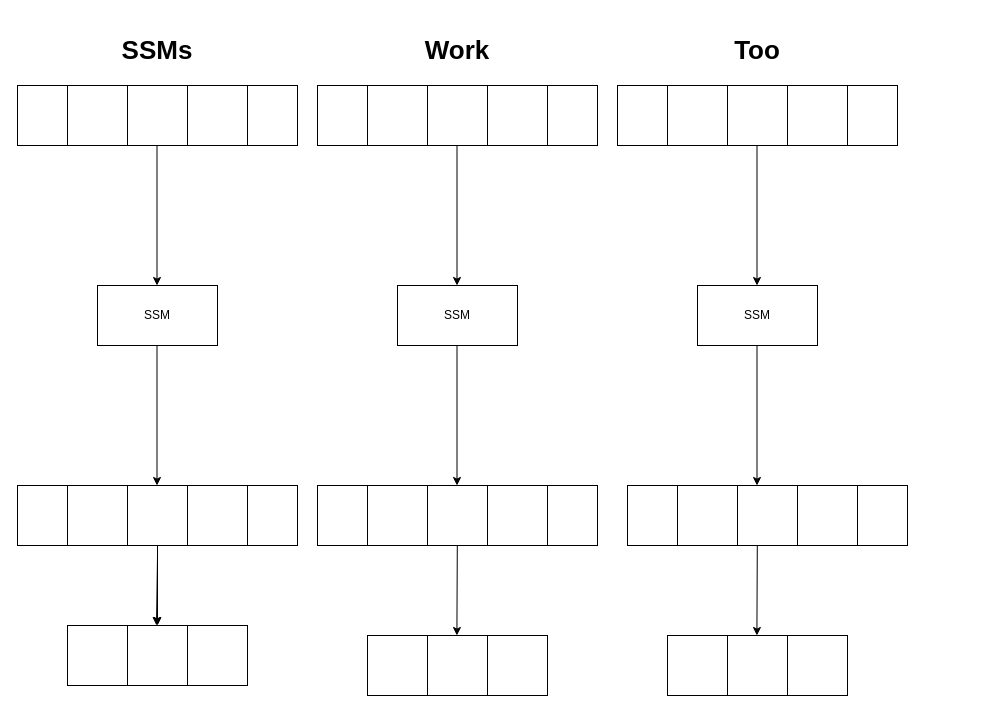
JaynouOliver/nlptelco keeps this draw.io diagram as Untitled Diagram.drawio. Above is the earlier version. Source tidied: cells renumbered, new cells numbered last; positions are measured from the earlier drawing's top-left corner, leaving out a move shared by most shapes. Both pictures are drawn from the tidied source at 100%, with x=0, y=0 at pixel (17, 35).
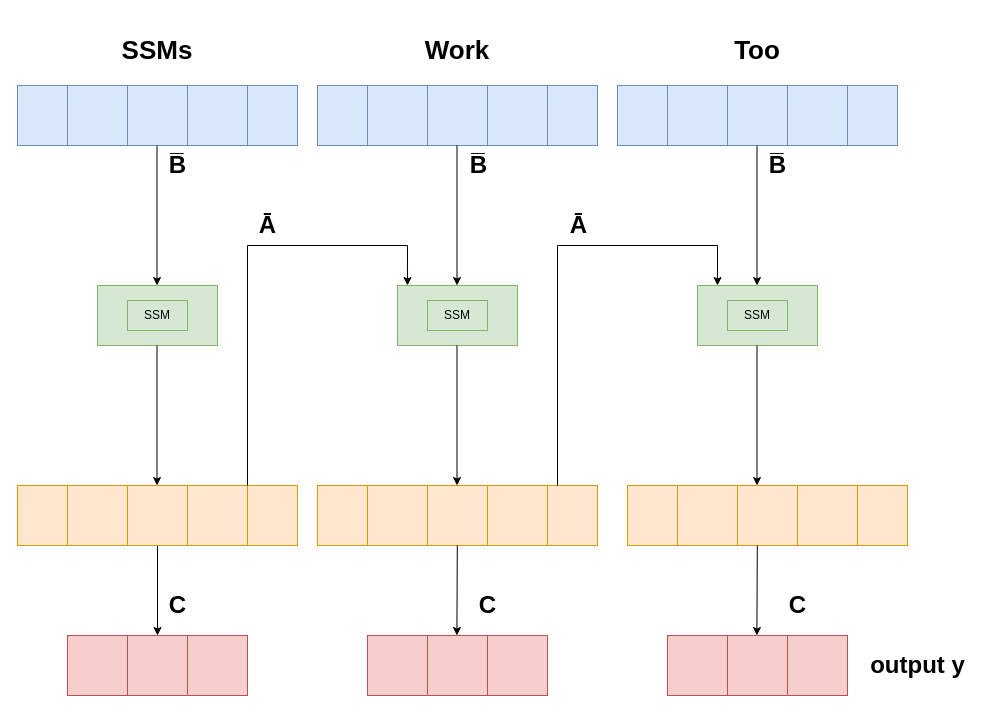
After the change.

Change to the diagram source:
```diff
@@
-    <mxCell id="2" style="rounded=0;whiteSpace=wrap;html=1;" parent="1" vertex="1">
+    <mxCell id="2" style="rounded=0;whiteSpace=wrap;html=1;fillColor=#dae8fc;strokeColor=#6c8ebf;" parent="1" vertex="1">
       <mxGeometry y="50" width="280" height="60" as="geometry" />
     </mxCell>
-    <mxCell id="3" style="rounded=0;whiteSpace=wrap;html=1;" parent="1" vertex="1">
+    <mxCell id="3" style="rounded=0;whiteSpace=wrap;html=1;fillColor=#dae8fc;strokeColor=#6c8ebf;" parent="1" vertex="1">
       <mxGeometry x="50" y="50" width="60" height="60" as="geometry" />
     </mxCell>
-    <mxCell id="4" style="rounded=0;whiteSpace=wrap;html=1;" parent="1" vertex="1">
+    <mxCell id="4" style="rounded=0;whiteSpace=wrap;html=1;fillColor=#dae8fc;strokeColor=#6c8ebf;" parent="1" vertex="1">
       <mxGeometry x="110" y="50" width="60" height="60" as="geometry" />
     </mxCell>
-    <mxCell id="5" style="rounded=0;whiteSpace=wrap;html=1;" parent="1" vertex="1">
+    <mxCell id="5" style="rounded=0;whiteSpace=wrap;html=1;fillColor=#dae8fc;strokeColor=#6c8ebf;" parent="1" vertex="1">
       <mxGeometry x="170" y="50" width="60" height="60" as="geometry" />
     </mxCell>
-    <mxCell id="6" style="rounded=0;whiteSpace=wrap;html=1;" parent="1" vertex="1">
+    <mxCell id="6" style="rounded=0;whiteSpace=wrap;html=1;fillColor=#dae8fc;strokeColor=#6c8ebf;" parent="1" vertex="1">
       <mxGeometry x="300" y="50" width="280" height="60" as="geometry" />
     </mxCell>
-    <mxCell id="7" style="rounded=0;whiteSpace=wrap;html=1;" parent="1" vertex="1">
+    <mxCell id="7" style="rounded=0;whiteSpace=wrap;html=1;fillColor=#dae8fc;strokeColor=#6c8ebf;" parent="1" vertex="1">
       <mxGeometry x="350" y="50" width="60" height="60" as="geometry" />
     </mxCell>
-    <mxCell id="8" style="rounded=0;whiteSpace=wrap;html=1;" parent="1" vertex="1">
+    <mxCell id="8" style="rounded=0;whiteSpace=wrap;html=1;fillColor=#dae8fc;strokeColor=#6c8ebf;" parent="1" vertex="1">
       <mxGeometry x="410" y="50" width="60" height="60" as="geometry" />
     </mxCell>
-    <mxCell id="9" style="rounded=0;whiteSpace=wrap;html=1;" parent="1" vertex="1">
+    <mxCell id="9" style="rounded=0;whiteSpace=wrap;html=1;fillColor=#dae8fc;strokeColor=#6c8ebf;" parent="1" vertex="1">
       <mxGeometry x="470" y="50" width="60" height="60" as="geometry" />
     </mxCell>
-    <mxCell id="10" style="rounded=0;whiteSpace=wrap;html=1;" parent="1" vertex="1">
+    <mxCell id="10" style="rounded=0;whiteSpace=wrap;html=1;fillColor=#dae8fc;strokeColor=#6c8ebf;" parent="1" vertex="1">
       <mxGeometry x="600" y="50" width="280" height="60" as="geometry" />
     </mxCell>
-    <mxCell id="11" style="rounded=0;whiteSpace=wrap;html=1;" parent="1" vertex="1">
+    <mxCell id="11" style="rounded=0;whiteSpace=wrap;html=1;fillColor=#dae8fc;strokeColor=#6c8ebf;" parent="1" vertex="1">
       <mxGeometry x="650" y="50" width="60" height="60" as="geometry" />
     </mxCell>
-    <mxCell id="12" style="rounded=0;whiteSpace=wrap;html=1;" parent="1" vertex="1">
+    <mxCell id="12" style="rounded=0;whiteSpace=wrap;html=1;fillColor=#dae8fc;strokeColor=#6c8ebf;" parent="1" vertex="1">
       <mxGeometry x="710" y="50" width="60" height="60" as="geometry" />
     </mxCell>
-    <mxCell id="13" style="rounded=0;whiteSpace=wrap;html=1;" parent="1" vertex="1">
+    <mxCell id="13" style="rounded=0;whiteSpace=wrap;html=1;fillColor=#dae8fc;strokeColor=#6c8ebf;" parent="1" vertex="1">
       <mxGeometry x="770" y="50" width="60" height="60" as="geometry" />
     </mxCell>
@@
-    <mxCell id="17" style="rounded=0;whiteSpace=wrap;html=1;" parent="1" vertex="1">
+    <mxCell id="17" style="rounded=0;whiteSpace=wrap;html=1;fillColor=#d5e8d4;strokeColor=#82b366;" parent="1" vertex="1">
       <mxGeometry x="80" y="250" width="120" height="60" as="geometry" />
     </mxCell>
-    <mxCell id="18" value="SSM" style="text;html=1;align=center;verticalAlign=middle;whiteSpace=wrap;rounded=0;" parent="1" vertex="1">
+    <mxCell id="18" value="SSM" style="text;html=1;align=center;verticalAlign=middle;whiteSpace=wrap;rounded=0;fillColor=#d5e8d4;strokeColor=#82b366;" parent="1" vertex="1">
       <mxGeometry x="110" y="265" width="60" height="30" as="geometry" />
     </mxCell>
-    <mxCell id="19" style="rounded=0;whiteSpace=wrap;html=1;" parent="1" vertex="1">
+    <mxCell id="19" style="rounded=0;whiteSpace=wrap;html=1;fillColor=#d5e8d4;strokeColor=#82b366;" parent="1" vertex="1">
       <mxGeometry x="380" y="250" width="120" height="60" as="geometry" />
     </mxCell>
-    <mxCell id="20" value="SSM" style="text;html=1;align=center;verticalAlign=middle;whiteSpace=wrap;rounded=0;" parent="1" vertex="1">
+    <mxCell id="20" value="SSM" style="text;html=1;align=center;verticalAlign=middle;whiteSpace=wrap;rounded=0;fillColor=#d5e8d4;strokeColor=#82b366;" parent="1" vertex="1">
       <mxGeometry x="410" y="265" width="60" height="30" as="geometry" />
     </mxCell>
-    <mxCell id="21" style="rounded=0;whiteSpace=wrap;html=1;" parent="1" vertex="1">
+    <mxCell id="21" style="rounded=0;whiteSpace=wrap;html=1;fillColor=#d5e8d4;strokeColor=#82b366;" parent="1" vertex="1">
       <mxGeometry x="680" y="250" width="120" height="60" as="geometry" />
     </mxCell>
-    <mxCell id="22" value="SSM" style="text;html=1;align=center;verticalAlign=middle;whiteSpace=wrap;rounded=0;" parent="1" vertex="1">
+    <mxCell id="22" value="SSM" style="text;html=1;align=center;verticalAlign=middle;whiteSpace=wrap;rounded=0;fillColor=#d5e8d4;strokeColor=#82b366;" parent="1" vertex="1">
       <mxGeometry x="710" y="265" width="60" height="30" as="geometry" />
     </mxCell>
@@
-    <mxCell id="26" style="rounded=0;whiteSpace=wrap;html=1;" parent="1" vertex="1">
+    <mxCell id="26" style="rounded=0;whiteSpace=wrap;html=1;fillColor=#ffe6cc;strokeColor=#d79b00;" parent="1" vertex="1">
       <mxGeometry y="450" width="280" height="60" as="geometry" />
     </mxCell>
-    <mxCell id="27" style="rounded=0;whiteSpace=wrap;html=1;" parent="1" vertex="1">
+    <mxCell id="27" style="rounded=0;whiteSpace=wrap;html=1;fillColor=#ffe6cc;strokeColor=#d79b00;" parent="1" vertex="1">
       <mxGeometry x="50" y="450" width="60" height="60" as="geometry" />
     </mxCell>
@@
-    <mxCell id="29" style="rounded=0;whiteSpace=wrap;html=1;" parent="1" vertex="1">
+    <mxCell id="29" style="rounded=0;whiteSpace=wrap;html=1;fillColor=#ffe6cc;strokeColor=#d79b00;" parent="1" vertex="1">
       <mxGeometry x="110" y="450" width="60" height="60" as="geometry" />
     </mxCell>
-    <mxCell id="30" style="rounded=0;whiteSpace=wrap;html=1;" parent="1" vertex="1">
+    <mxCell id="30" style="rounded=0;whiteSpace=wrap;html=1;fillColor=#ffe6cc;strokeColor=#d79b00;" parent="1" vertex="1">
       <mxGeometry x="170" y="450" width="60" height="60" as="geometry" />
     </mxCell>
-    <mxCell id="31" style="rounded=0;whiteSpace=wrap;html=1;" parent="1" vertex="1">
+    <mxCell id="31" style="rounded=0;whiteSpace=wrap;html=1;fillColor=#ffe6cc;strokeColor=#d79b00;" parent="1" vertex="1">
       <mxGeometry x="300" y="450" width="280" height="60" as="geometry" />
     </mxCell>
-    <mxCell id="32" style="rounded=0;whiteSpace=wrap;html=1;" parent="1" vertex="1">
+    <mxCell id="32" style="rounded=0;whiteSpace=wrap;html=1;fillColor=#ffe6cc;strokeColor=#d79b00;" parent="1" vertex="1">
       <mxGeometry x="350" y="450" width="60" height="60" as="geometry" />
     </mxCell>
-    <mxCell id="33" style="rounded=0;whiteSpace=wrap;html=1;" parent="1" vertex="1">
+    <mxCell id="33" style="rounded=0;whiteSpace=wrap;html=1;fillColor=#ffe6cc;strokeColor=#d79b00;" parent="1" vertex="1">
       <mxGeometry x="410" y="450" width="60" height="60" as="geometry" />
     </mxCell>
-    <mxCell id="34" style="rounded=0;whiteSpace=wrap;html=1;" parent="1" vertex="1">
+    <mxCell id="34" style="rounded=0;whiteSpace=wrap;html=1;fillColor=#ffe6cc;strokeColor=#d79b00;" parent="1" vertex="1">
       <mxGeometry x="470" y="450" width="60" height="60" as="geometry" />
     </mxCell>
-    <mxCell id="35" style="rounded=0;whiteSpace=wrap;html=1;" parent="1" vertex="1">
+    <mxCell id="35" style="rounded=0;whiteSpace=wrap;html=1;fillColor=#ffe6cc;strokeColor=#d79b00;" parent="1" vertex="1">
       <mxGeometry x="610" y="450" width="280" height="60" as="geometry" />
     </mxCell>
-    <mxCell id="36" style="rounded=0;whiteSpace=wrap;html=1;" parent="1" vertex="1">
+    <mxCell id="36" style="rounded=0;whiteSpace=wrap;html=1;fillColor=#ffe6cc;strokeColor=#d79b00;" parent="1" vertex="1">
       <mxGeometry x="660" y="450" width="60" height="60" as="geometry" />
     </mxCell>
-    <mxCell id="37" style="rounded=0;whiteSpace=wrap;html=1;" parent="1" vertex="1">
+    <mxCell id="37" style="rounded=0;whiteSpace=wrap;html=1;fillColor=#ffe6cc;strokeColor=#d79b00;" parent="1" vertex="1">
       <mxGeometry x="720" y="450" width="60" height="60" as="geometry" />
     </mxCell>
-    <mxCell id="38" style="rounded=0;whiteSpace=wrap;html=1;" parent="1" vertex="1">
+    <mxCell id="38" style="rounded=0;whiteSpace=wrap;html=1;fillColor=#ffe6cc;strokeColor=#d79b00;" parent="1" vertex="1">
       <mxGeometry x="780" y="450" width="60" height="60" as="geometry" />
     </mxCell>
-    <mxCell id="39" style="endArrow=classic;html=1;rounded=0;" parent="1" edge="1">
-      <mxGeometry relative="1" as="geometry">
-        <mxPoint x="140" y="520" as="sourcePoint" />
-        <mxPoint x="139" y="590" as="targetPoint" />
-      </mxGeometry>
-    </mxCell>
@@
-    <mxCell id="42" style="rounded=0;whiteSpace=wrap;html=1;" parent="1" vertex="1">
-      <mxGeometry x="50" y="590" width="180" height="60" as="geometry" />
+    <mxCell id="42" style="rounded=0;whiteSpace=wrap;html=1;fillColor=#f8cecc;strokeColor=#b85450;" parent="1" vertex="1">
+      <mxGeometry x="50" y="600" width="180" height="60" as="geometry" />
     </mxCell>
-    <mxCell id="43" style="rounded=0;whiteSpace=wrap;html=1;" parent="1" vertex="1">
-      <mxGeometry x="110" y="590" width="120" height="60" as="geometry" />
+    <mxCell id="43" style="rounded=0;whiteSpace=wrap;html=1;fillColor=#f8cecc;strokeColor=#b85450;" parent="1" vertex="1">
+      <mxGeometry x="110" y="600" width="120" height="60" as="geometry" />
     </mxCell>
-    <mxCell id="44" style="rounded=0;whiteSpace=wrap;html=1;" parent="1" vertex="1">
-      <mxGeometry x="110" y="590" width="60" height="60" as="geometry" />
+    <mxCell id="44" style="rounded=0;whiteSpace=wrap;html=1;fillColor=#f8cecc;strokeColor=#b85450;" parent="1" vertex="1">
+      <mxGeometry x="110" y="600" width="60" height="60" as="geometry" />
     </mxCell>
-    <mxCell id="45" style="rounded=0;whiteSpace=wrap;html=1;" parent="1" vertex="1">
+    <mxCell id="45" style="rounded=0;whiteSpace=wrap;html=1;fillColor=#f8cecc;strokeColor=#b85450;" parent="1" vertex="1">
       <mxGeometry x="350" y="600" width="180" height="60" as="geometry" />
     </mxCell>
-    <mxCell id="46" style="rounded=0;whiteSpace=wrap;html=1;" parent="1" vertex="1">
+    <mxCell id="46" style="rounded=0;whiteSpace=wrap;html=1;fillColor=#f8cecc;strokeColor=#b85450;" parent="1" vertex="1">
       <mxGeometry x="410" y="600" width="120" height="60" as="geometry" />
     </mxCell>
-    <mxCell id="47" style="rounded=0;whiteSpace=wrap;html=1;" parent="1" vertex="1">
+    <mxCell id="47" style="rounded=0;whiteSpace=wrap;html=1;fillColor=#f8cecc;strokeColor=#b85450;" parent="1" vertex="1">
       <mxGeometry x="410" y="600" width="60" height="60" as="geometry" />
     </mxCell>
-    <mxCell id="48" style="rounded=0;whiteSpace=wrap;html=1;" parent="1" vertex="1">
+    <mxCell id="48" style="rounded=0;whiteSpace=wrap;html=1;fillColor=#f8cecc;strokeColor=#b85450;" parent="1" vertex="1">
       <mxGeometry x="650" y="600" width="180" height="60" as="geometry" />
     </mxCell>
-    <mxCell id="49" style="rounded=0;whiteSpace=wrap;html=1;" parent="1" vertex="1">
+    <mxCell id="49" style="rounded=0;whiteSpace=wrap;html=1;fillColor=#f8cecc;strokeColor=#b85450;" parent="1" vertex="1">
       <mxGeometry x="710" y="600" width="120" height="60" as="geometry" />
     </mxCell>
-    <mxCell id="50" style="rounded=0;whiteSpace=wrap;html=1;" parent="1" vertex="1">
+    <mxCell id="50" style="rounded=0;whiteSpace=wrap;html=1;fillColor=#f8cecc;strokeColor=#b85450;" parent="1" vertex="1">
       <mxGeometry x="710" y="600" width="60" height="60" as="geometry" />
     </mxCell>
@@
+    <mxCell id="54" style="endArrow=none;html=1;rounded=0;" parent="1" edge="1">
+      <mxGeometry relative="1" as="geometry">
+        <mxPoint x="230" y="450" as="sourcePoint" />
+        <mxPoint x="230" y="210" as="targetPoint" />
+      </mxGeometry>
+    </mxCell>
+    <mxCell id="55" style="endArrow=none;html=1;rounded=0;" parent="1" edge="1">
+      <mxGeometry relative="1" as="geometry">
+        <mxPoint x="230" y="210" as="sourcePoint" />
+        <mxPoint x="390" y="210" as="targetPoint" />
+      </mxGeometry>
+    </mxCell>
+    <mxCell id="56" style="endArrow=classic;html=1;rounded=0;entryX=0.083;entryY=0;entryDx=0;entryDy=0;entryPerimeter=0;" parent="1" edge="1" target="19">
+      <mxGeometry relative="1" as="geometry">
+        <mxPoint x="390" y="210" as="sourcePoint" />
+      </mxGeometry>
+    </mxCell>
+    <mxCell id="57" style="endArrow=none;html=1;rounded=0;" parent="1" edge="1">
+      <mxGeometry relative="1" as="geometry">
+        <mxPoint x="540" y="450" as="sourcePoint" />
+        <mxPoint x="540" y="210" as="targetPoint" />
+      </mxGeometry>
+    </mxCell>
+    <mxCell id="58" style="endArrow=none;html=1;rounded=0;" parent="1" edge="1">
+      <mxGeometry relative="1" as="geometry">
+        <mxPoint x="540" y="210" as="sourcePoint" />
+        <mxPoint x="700" y="210" as="targetPoint" />
+      </mxGeometry>
+    </mxCell>
+    <mxCell id="59" style="endArrow=classic;html=1;rounded=0;entryX=0.083;entryY=0;entryDx=0;entryDy=0;entryPerimeter=0;" parent="1" edge="1">
+      <mxGeometry relative="1" as="geometry">
+        <mxPoint x="700" y="210" as="sourcePoint" />
+        <mxPoint x="700" y="250" as="targetPoint" />
+      </mxGeometry>
+    </mxCell>
+    <mxCell id="60" value="B̅" style="text;strokeColor=none;fillColor=none;html=1;fontSize=24;fontStyle=1;verticalAlign=middle;align=center;" parent="1" vertex="1">
+      <mxGeometry x="110" y="110" width="100" height="40" as="geometry" />
+    </mxCell>
+    <mxCell id="61" value="Ā" style="text;strokeColor=none;fillColor=none;html=1;fontSize=24;fontStyle=1;verticalAlign=middle;align=center;" parent="1" vertex="1">
+      <mxGeometry x="200" y="170" width="100" height="40" as="geometry" />
+    </mxCell>
+    <mxCell id="62" value="C" style="text;strokeColor=none;fillColor=none;html=1;fontSize=24;fontStyle=1;verticalAlign=middle;align=center;" parent="1" vertex="1">
+      <mxGeometry x="110" y="550" width="100" height="40" as="geometry" />
+    </mxCell>
+    <mxCell id="63" value="C" style="text;strokeColor=none;fillColor=none;html=1;fontSize=24;fontStyle=1;verticalAlign=middle;align=center;" parent="1" vertex="1">
+      <mxGeometry x="420" y="550" width="100" height="40" as="geometry" />
+    </mxCell>
+    <mxCell id="64" value="C" style="text;strokeColor=none;fillColor=none;html=1;fontSize=24;fontStyle=1;verticalAlign=middle;align=center;" parent="1" vertex="1">
+      <mxGeometry x="730" y="550" width="100" height="40" as="geometry" />
+    </mxCell>
+    <mxCell id="65" value="output y" style="text;strokeColor=none;fillColor=none;html=1;fontSize=24;fontStyle=1;verticalAlign=middle;align=center;" parent="1" vertex="1">
+      <mxGeometry x="850" y="610" width="100" height="40" as="geometry" />
+    </mxCell>
+    <mxCell id="66" value="Ā" style="text;strokeColor=none;fillColor=none;html=1;fontSize=24;fontStyle=1;verticalAlign=middle;align=center;" parent="1" vertex="1">
+      <mxGeometry x="511" y="170" width="100" height="40" as="geometry" />
+    </mxCell>
+    <mxCell id="67" value="B̅" style="text;strokeColor=none;fillColor=none;html=1;fontSize=24;fontStyle=1;verticalAlign=middle;align=center;" parent="1" vertex="1">
+      <mxGeometry x="710" y="110" width="100" height="40" as="geometry" />
+    </mxCell>
+    <mxCell id="68" value="B̅" style="text;strokeColor=none;fillColor=none;html=1;fontSize=24;fontStyle=1;verticalAlign=middle;align=center;" parent="1" vertex="1">
+      <mxGeometry x="411" y="110" width="100" height="40" as="geometry" />
+    </mxCell>
```
